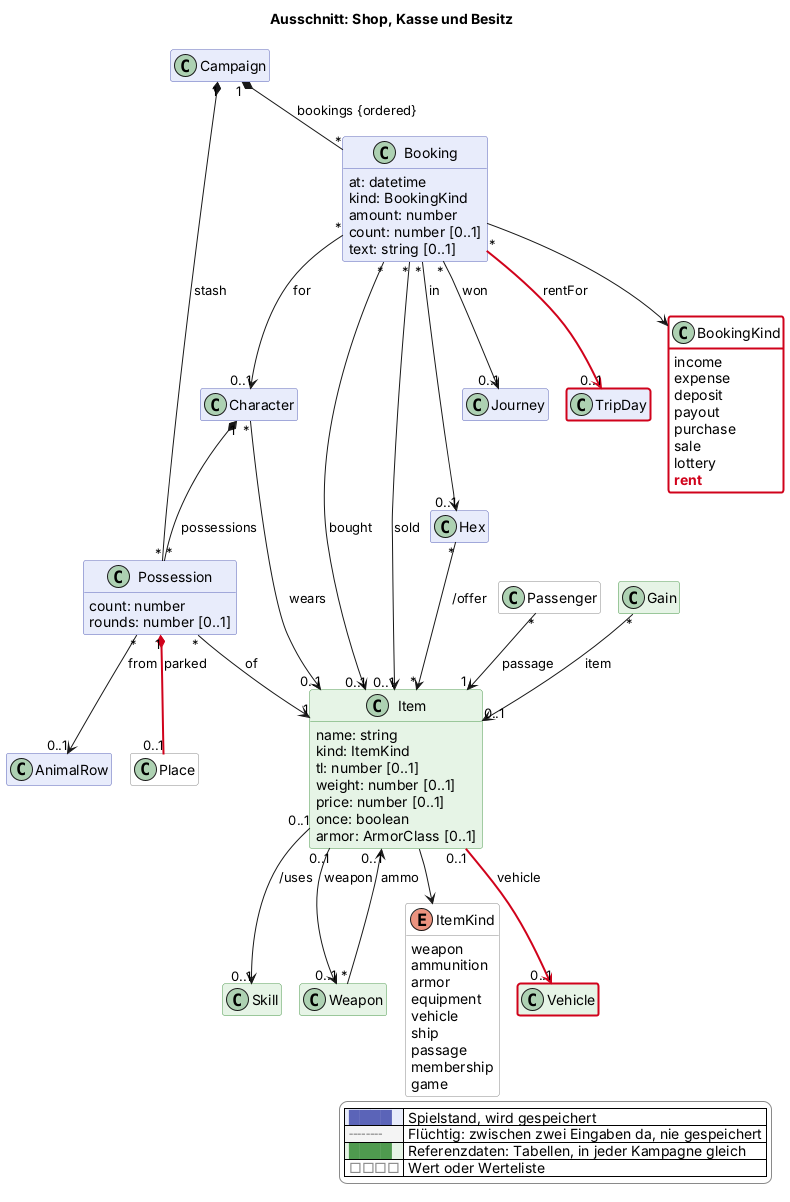
Above: docs/views/shop.png in scuzzar/SRE (PlantUML), before the change.
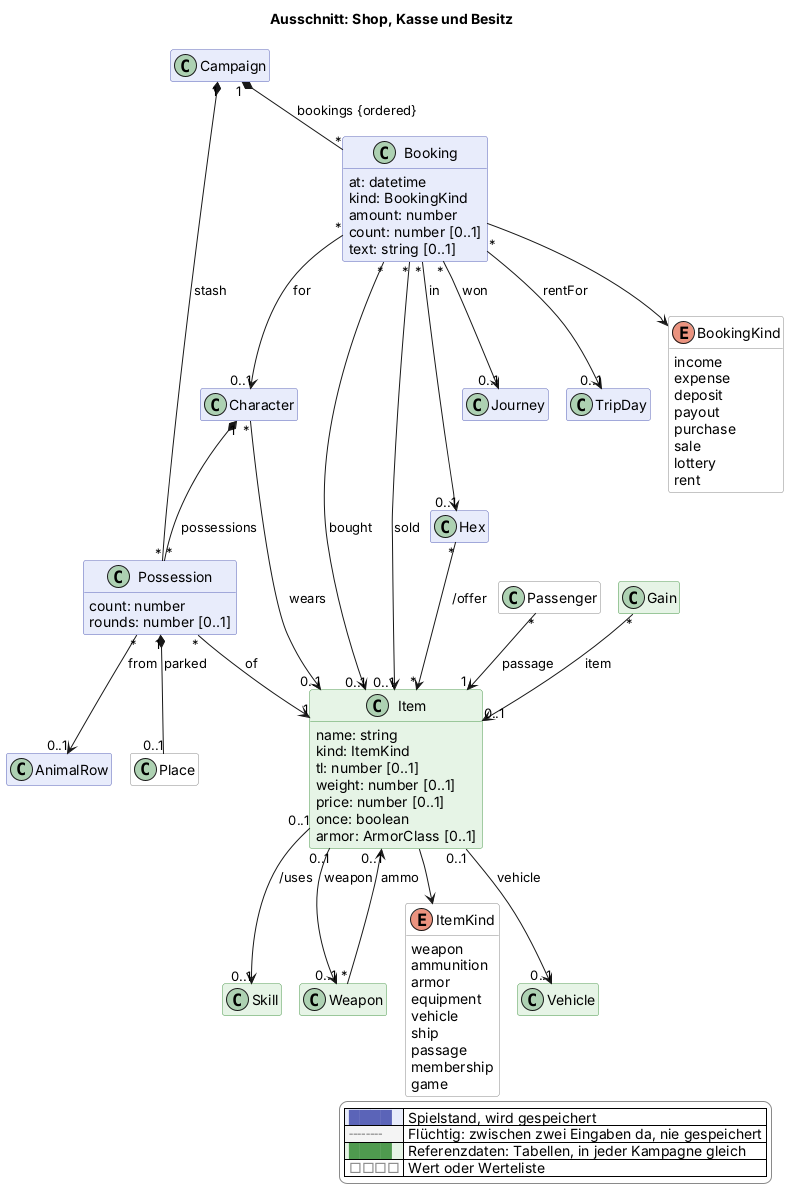
Later version of the same file.

The edit, as a diff of the source:
```diff
@@ -82,7 +82,7 @@
     purchase
     sale
     lottery
-    $new("2026-11-15", "rent")
+    rent
   }
   class Character $charakter
   class Possession $shop {
@@ -123,8 +123,8 @@
     game
   }
   class Place <<value>> $oberflaeche
-  class Vehicle <<reference>> $logistik $newClass("2026-11-15")
-  class TripDay $logistik $newClass("2026-11-15")
+  class Vehicle <<reference>> $logistik
+  class TripDay $logistik
 
 Campaign "1" *-- "*" Booking : bookings {ordered}
 Booking "*" --> "0..1" Character : for
@@ -139,9 +139,9 @@
 
 Gain "*" --> "0..1" Item : item
 
-Item "0..1" -$newArrow("2026-11-15")-> "0..1" Vehicle : vehicle
-Booking "*" -$newArrow("2026-11-15")-> "0..1" TripDay : rentFor
-Possession "1" *-$newArrow("2026-11-15")- "0..1" Place : parked
+Item "0..1" --> "0..1" Vehicle : vehicle
+Booking "*" --> "0..1" TripDay : rentFor
+Possession "1" *-- "0..1" Place : parked
 
 Character "1" *-- "*" Possession : possessions
 Campaign "1" *-- "*" Possession : stash
@@ -167,5 +167,4 @@
   |<#e6f4e6> <color:#4f9a4f>████</color> | Referenzdaten: Tabellen, in jeder Kampagne gleich |
   |<#ffffff> <color:#8a8a8a>□□□□</color> | Wert oder Werteliste |
 endlegend
-class BookingKind #line:d0021b;line.bold
 @enduml
```
